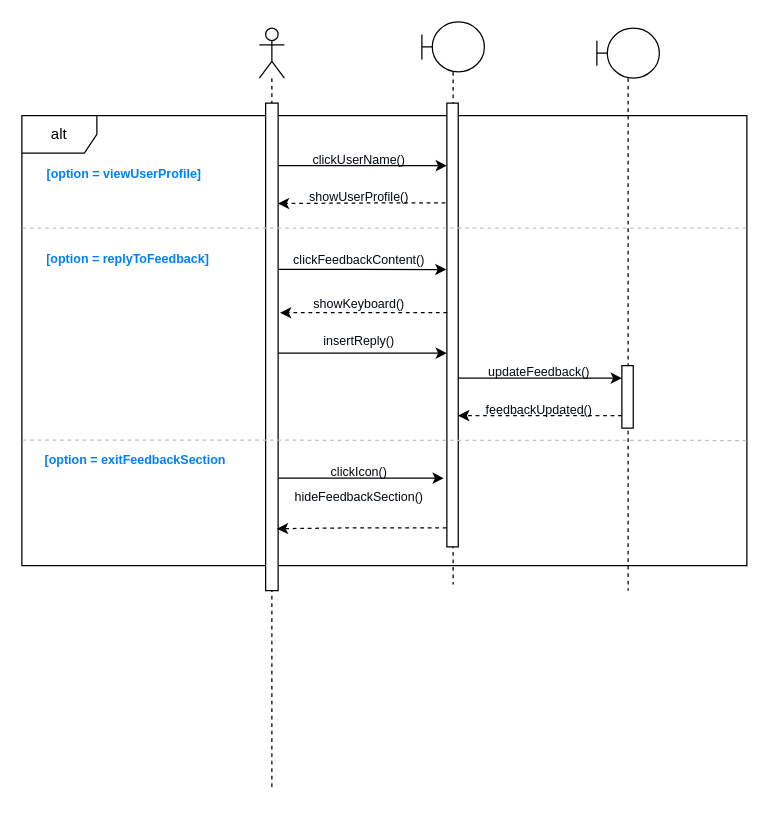
Above: sequenceDiagram/feedback.drawio in mattiadanisi00/ids (draw.io), before the change. Source tidied: cells renumbered, new cells numbered last; positions are measured from the earlier drawing's top-left corner, leaving out a move shared by most shapes. Both pictures are drawn from the tidied source at 125%, with x=0, y=0 at pixel (21, 21).
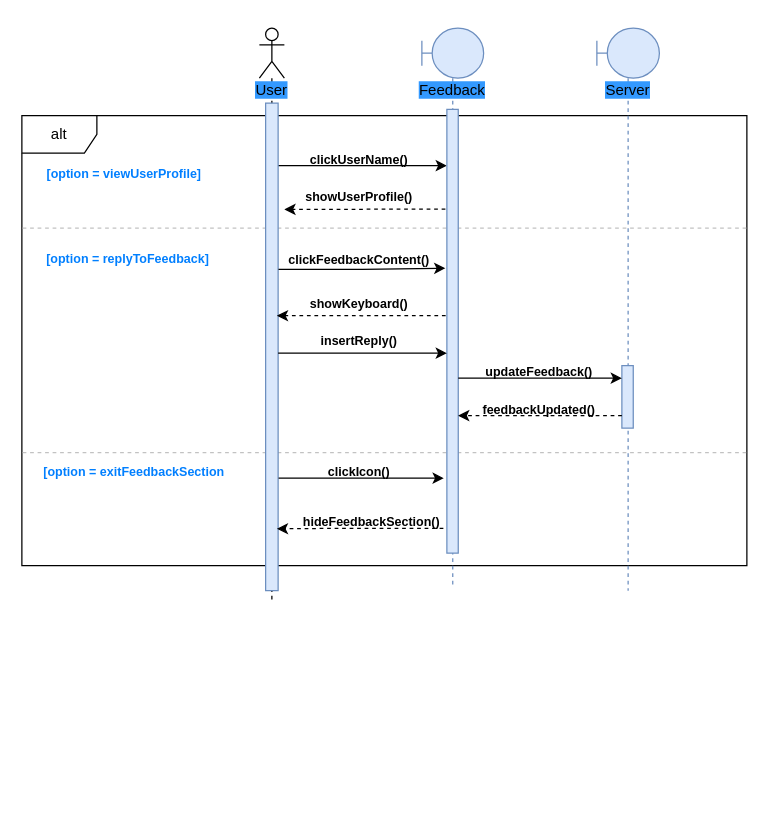
After the change.

The change refers to these unchanged cells:
```xml
<mxCell id="2" value="alt" style="shape=umlFrame;whiteSpace=wrap;html=1;" parent="1" vertex="1">
  <mxGeometry y="75" width="580" height="360" as="geometry" />
</mxCell>
```

Change to the diagram source:
```diff
@@
+    <mxCell id="31" style="endArrow=none;dashed=1;html=1;rounded=0;strokeColor=#C2C2C2;fontSize=9;fontColor=#00080F;exitX=0.001;exitY=0.749;exitDx=0;exitDy=0;exitPerimeter=0;entryX=0.999;entryY=0.749;entryDx=0;entryDy=0;entryPerimeter=0;" parent="1" edge="1" source="2" target="2">
+      <mxGeometry relative="1" as="geometry" />
+    </mxCell>
+    <mxCell id="30" style="endArrow=none;html=1;rounded=0;strokeColor=#C2C2C2;fontSize=9;fontColor=#00080F;exitX=0.001;exitY=0.25;exitDx=0;exitDy=0;exitPerimeter=0;entryX=1.001;entryY=0.25;entryDx=0;entryDy=0;entryPerimeter=0;dashed=1;" parent="1" edge="1" source="2" target="2">
+      <mxGeometry relative="1" as="geometry" />
+    </mxCell>
@@
-    <mxCell id="4" style="shape=umlLifeline;participant=umlActor;perimeter=lifelinePerimeter;whiteSpace=wrap;html=1;verticalAlign=top;spacingTop=36;outlineConnect=0;" parent="1" vertex="1">
-      <mxGeometry x="190" y="5" width="20" height="610" as="geometry" />
+    <mxCell id="4" value="&lt;span style=&quot;background-color: rgb(51, 153, 255);&quot;&gt;User&lt;/span&gt;" style="shape=umlLifeline;participant=umlActor;perimeter=lifelinePerimeter;whiteSpace=wrap;html=1;verticalAlign=top;spacingTop=36;outlineConnect=0;" parent="1" vertex="1">
+      <mxGeometry x="190" y="5" width="20" height="460" as="geometry" />
     </mxCell>
-    <mxCell id="5" style="html=1;points=[];perimeter=orthogonalPerimeter;fontSize=10;fontColor=#00080F;rounded=0;" parent="4" vertex="1">
+    <mxCell id="5" style="html=1;points=[];perimeter=orthogonalPerimeter;fontSize=10;rounded=0;fillColor=#dae8fc;strokeColor=#6c8ebf;" parent="4" vertex="1">
       <mxGeometry x="5" y="60" width="10" height="390" as="geometry" />
     </mxCell>
-    <mxCell id="6" style="edgeStyle=orthogonalEdgeStyle;rounded=0;jettySize=auto;html=1;fontSize=10;fontColor=#00080F;dashed=1;entryX=0.982;entryY=0.206;entryDx=0;entryDy=0;entryPerimeter=0;exitX=-0.131;exitY=0.225;exitDx=0;exitDy=0;exitPerimeter=0;" parent="1" edge="1" source="8" target="5">
-      <mxGeometry relative="1" as="geometry" />
+    <mxCell id="6" style="edgeStyle=orthogonalEdgeStyle;rounded=0;jettySize=auto;html=1;fontSize=10;fontColor=#00080F;dashed=1;exitX=-0.131;exitY=0.225;exitDx=0;exitDy=0;exitPerimeter=0;" parent="1" edge="1" source="8">
+      <mxGeometry relative="1" as="geometry">
+        <mxPoint x="210" y="150" as="targetPoint" />
+      </mxGeometry>
     </mxCell>
-    <mxCell id="7" style="shape=umlLifeline;participant=umlBoundary;perimeter=lifelinePerimeter;whiteSpace=wrap;html=1;verticalAlign=top;spacingTop=36;" parent="1" vertex="1">
-      <mxGeometry x="320" width="50" height="450" as="geometry" />
+    <mxCell id="7" value="&lt;span style=&quot;background-color: rgb(51, 153, 255);&quot;&gt;Feedback&lt;/span&gt;" style="shape=umlLifeline;participant=umlBoundary;perimeter=lifelinePerimeter;whiteSpace=wrap;html=1;verticalAlign=top;spacingTop=36;fillColor=#dae8fc;strokeColor=#6c8ebf;" parent="1" vertex="1">
+      <mxGeometry x="320" y="5" width="49.4" height="445" as="geometry" />
     </mxCell>
-    <mxCell id="8" style="html=1;points=[];perimeter=orthogonalPerimeter;fontSize=10;fontColor=#00080F;" parent="7" vertex="1">
+    <mxCell id="8" style="html=1;points=[];perimeter=orthogonalPerimeter;fontSize=10;fillColor=#dae8fc;strokeColor=#6c8ebf;" parent="7" vertex="1">
       <mxGeometry x="20" y="65" width="9.1" height="355" as="geometry" />
     </mxCell>
@@
-    <mxCell id="10" value="&lt;font color=&quot;#00080f&quot;&gt;clickUserName()&lt;/font&gt;" style="text;html=1;strokeColor=none;fillColor=none;align=center;verticalAlign=middle;whiteSpace=wrap;rounded=0;fontSize=10;fontColor=#007FFF;" parent="1" vertex="1">
+    <mxCell id="10" value="&lt;font&gt;&lt;span&gt;clickUserName()&lt;/span&gt;&lt;/font&gt;" style="text;html=1;strokeColor=none;fillColor=none;align=center;verticalAlign=middle;whiteSpace=wrap;rounded=0;fontSize=10;fontColor=#000000;fontStyle=1;" parent="1" vertex="1">
       <mxGeometry x="240" y="95" width="60" height="30" as="geometry" />
     </mxCell>
-    <mxCell id="11" value="&lt;font color=&quot;#00080f&quot;&gt;showUserProfile()&lt;/font&gt;" style="text;html=1;strokeColor=none;fillColor=none;align=center;verticalAlign=middle;whiteSpace=wrap;rounded=0;fontSize=10;fontColor=#007FFF;" parent="1" vertex="1">
+    <mxCell id="11" value="&lt;font&gt;&lt;span&gt;showUserProfile()&lt;/span&gt;&lt;/font&gt;" style="text;html=1;align=center;verticalAlign=middle;whiteSpace=wrap;rounded=0;fontSize=10;fontStyle=1;fontColor=#000000;" parent="1" vertex="1">
       <mxGeometry x="240" y="125" width="60" height="30" as="geometry" />
     </mxCell>
@@
-    <mxCell id="13" value="&lt;font color=&quot;#00080f&quot;&gt;clickFeedbackContent()&lt;/font&gt;" style="text;html=1;strokeColor=none;fillColor=none;align=center;verticalAlign=middle;whiteSpace=wrap;rounded=0;fontSize=10;fontColor=#007FFF;" parent="1" vertex="1">
+    <mxCell id="13" value="&lt;font&gt;clickFeedbackContent()&lt;/font&gt;" style="text;html=1;align=center;verticalAlign=middle;whiteSpace=wrap;rounded=0;fontSize=10;fontStyle=1;fontColor=#000000;" parent="1" vertex="1">
       <mxGeometry x="240" y="175" width="60" height="30" as="geometry" />
     </mxCell>
-    <mxCell id="14" style="edgeStyle=orthogonalEdgeStyle;rounded=0;jettySize=auto;html=1;strokeColor=#000000;fontSize=9;fontColor=#00080F;dashed=1;entryX=1.151;entryY=0.43;entryDx=0;entryDy=0;entryPerimeter=0;exitX=0.024;exitY=0.472;exitDx=0;exitDy=0;exitPerimeter=0;" parent="1" edge="1" source="8" target="5">
+    <mxCell id="14" style="edgeStyle=orthogonalEdgeStyle;rounded=0;jettySize=auto;html=1;strokeColor=#000000;fontSize=9;fontColor=#00080F;dashed=1;exitX=-0.107;exitY=0.465;exitDx=0;exitDy=0;exitPerimeter=0;entryX=0.902;entryY=0.436;entryDx=0;entryDy=0;entryPerimeter=0;" parent="1" edge="1" source="8" target="5">
       <mxGeometry relative="1" as="geometry" />
     </mxCell>
-    <mxCell id="15" value="&lt;font color=&quot;#00080f&quot;&gt;showKeyboard()&lt;/font&gt;" style="text;html=1;strokeColor=none;fillColor=none;align=center;verticalAlign=middle;whiteSpace=wrap;rounded=0;fontSize=10;fontColor=#007FFF;" parent="1" vertex="1">
+    <mxCell id="15" value="&lt;font&gt;showKeyboard()&lt;/font&gt;" style="text;html=1;align=center;verticalAlign=middle;whiteSpace=wrap;rounded=0;fontSize=10;fontStyle=1;fontColor=#000000;" parent="1" vertex="1">
       <mxGeometry x="240" y="210" width="60" height="30" as="geometry" />
     </mxCell>
@@
-    <mxCell id="17" value="&lt;font color=&quot;#00080f&quot;&gt;insertReply()&lt;/font&gt;" style="text;html=1;strokeColor=none;fillColor=none;align=center;verticalAlign=middle;whiteSpace=wrap;rounded=0;fontSize=10;fontColor=#007FFF;" parent="1" vertex="1">
+    <mxCell id="17" value="&lt;font&gt;insertReply()&lt;/font&gt;" style="text;html=1;align=center;verticalAlign=middle;whiteSpace=wrap;rounded=0;fontSize=10;fontStyle=1;fontColor=#000000;" parent="1" vertex="1">
       <mxGeometry x="240" y="240" width="60" height="30" as="geometry" />
     </mxCell>
-    <mxCell id="18" style="shape=umlLifeline;participant=umlBoundary;perimeter=lifelinePerimeter;whiteSpace=wrap;html=1;verticalAlign=top;spacingTop=36;" parent="1" vertex="1">
+    <mxCell id="18" value="&lt;span style=&quot;background-color: rgb(51, 153, 255);&quot;&gt;Server&lt;/span&gt;" style="shape=umlLifeline;participant=umlBoundary;perimeter=lifelinePerimeter;whiteSpace=wrap;html=1;verticalAlign=top;spacingTop=36;fillColor=#dae8fc;strokeColor=#6c8ebf;size=40;" parent="1" vertex="1">
       <mxGeometry x="460" y="5" width="50" height="450" as="geometry" />
     </mxCell>
-    <mxCell id="19" style="html=1;points=[];perimeter=orthogonalPerimeter;fontSize=10;fontColor=#00080F;" parent="18" vertex="1">
+    <mxCell id="19" style="html=1;points=[];perimeter=orthogonalPerimeter;fontSize=10;fillColor=#dae8fc;strokeColor=#6c8ebf;" parent="18" vertex="1">
       <mxGeometry x="20" y="270" width="9.1" height="50" as="geometry" />
     </mxCell>
@@
-    <mxCell id="21" value="&lt;font color=&quot;#00080f&quot;&gt;updateFeedback()&lt;/font&gt;" style="text;html=1;strokeColor=none;fillColor=none;align=center;verticalAlign=middle;whiteSpace=wrap;rounded=0;fontSize=10;fontColor=#007FFF;" parent="1" vertex="1">
+    <mxCell id="21" value="&lt;font&gt;updateFeedback()&lt;/font&gt;" style="text;html=1;strokeColor=none;fillColor=none;align=center;verticalAlign=middle;whiteSpace=wrap;rounded=0;fontSize=10;fontColor=#000000;fontStyle=1;" parent="1" vertex="1">
       <mxGeometry x="384" y="265" width="60" height="30" as="geometry" />
     </mxCell>
@@
-    <mxCell id="23" style="edgeStyle=orthogonalEdgeStyle;rounded=0;jettySize=auto;html=1;entryX=-0.038;entryY=0.375;entryDx=0;entryDy=0;entryPerimeter=0;strokeColor=#000000;fontSize=9;fontColor=#00080F;exitX=1.029;exitY=0.341;exitDx=0;exitDy=0;exitPerimeter=0;" parent="1" edge="1" source="5" target="8">
+    <mxCell id="23" style="edgeStyle=orthogonalEdgeStyle;rounded=0;jettySize=auto;html=1;entryX=-0.134;entryY=0.358;entryDx=0;entryDy=0;entryPerimeter=0;strokeColor=#000000;fontSize=9;fontColor=#00080F;exitX=1.029;exitY=0.341;exitDx=0;exitDy=0;exitPerimeter=0;" parent="1" edge="1" source="5" target="8">
       <mxGeometry relative="1" as="geometry" />
     </mxCell>
-    <mxCell id="24" value="&lt;font color=&quot;#00080f&quot;&gt;feedbackUpdated()&lt;/font&gt;" style="text;html=1;strokeColor=none;fillColor=none;align=center;verticalAlign=middle;whiteSpace=wrap;rounded=0;fontSize=10;fontColor=#007FFF;" parent="1" vertex="1">
+    <mxCell id="24" value="&lt;font&gt;feedbackUpdated()&lt;/font&gt;" style="text;html=1;strokeColor=none;fillColor=none;align=center;verticalAlign=middle;whiteSpace=wrap;rounded=0;fontSize=10;fontColor=#000000;fontStyle=1;" parent="1" vertex="1">
       <mxGeometry x="384" y="295" width="60" height="30" as="geometry" />
     </mxCell>
     <mxCell id="25" value="&lt;font size=&quot;1&quot; color=&quot;#007fff&quot; style=&quot;&quot;&gt;&lt;b style=&quot;&quot;&gt;[option = exitFeedbackSection&lt;/b&gt;&lt;/font&gt;" style="text;html=1;strokeColor=none;fillColor=none;align=center;verticalAlign=middle;whiteSpace=wrap;rounded=0;" parent="1" vertex="1">
-      <mxGeometry x="16" y="335" width="150" height="30" as="geometry" />
+      <mxGeometry x="15" y="345" width="150" height="30" as="geometry" />
     </mxCell>
@@
-    <mxCell id="27" value="&lt;font color=&quot;#00080f&quot;&gt;clickIcon()&lt;/font&gt;" style="text;html=1;strokeColor=none;fillColor=none;align=center;verticalAlign=middle;whiteSpace=wrap;rounded=0;fontSize=10;fontColor=#007FFF;" parent="1" vertex="1">
+    <mxCell id="27" value="&lt;font&gt;clickIcon()&lt;/font&gt;" style="text;html=1;align=center;verticalAlign=middle;whiteSpace=wrap;rounded=0;fontSize=10;fontStyle=1;fontColor=#000000;" parent="1" vertex="1">
       <mxGeometry x="240" y="345" width="60" height="30" as="geometry" />
     </mxCell>
-    <mxCell id="28" style="edgeStyle=orthogonalEdgeStyle;rounded=0;jettySize=auto;html=1;dashed=1;strokeColor=#000000;fontSize=9;fontColor=#00080F;exitX=-0.032;exitY=0.957;exitDx=0;exitDy=0;exitPerimeter=0;entryX=0.9;entryY=0.873;entryDx=0;entryDy=0;entryPerimeter=0;" parent="1" edge="1" source="8" target="5">
+    <mxCell id="28" style="edgeStyle=orthogonalEdgeStyle;rounded=0;jettySize=auto;html=1;dashed=1;strokeColor=#000000;fontSize=9;fontColor=#00080F;exitX=-0.308;exitY=0.944;exitDx=0;exitDy=0;exitPerimeter=0;entryX=0.9;entryY=0.873;entryDx=0;entryDy=0;entryPerimeter=0;" parent="1" edge="1" source="8" target="5">
       <mxGeometry relative="1" as="geometry" />
     </mxCell>
-    <mxCell id="29" value="&lt;font color=&quot;#00080f&quot;&gt;hideFeedbackSection()&lt;/font&gt;" style="text;html=1;strokeColor=none;fillColor=none;align=center;verticalAlign=middle;whiteSpace=wrap;rounded=0;fontSize=10;fontColor=#007FFF;" parent="1" vertex="1">
-      <mxGeometry x="240" y="365" width="60" height="30" as="geometry" />
+    <mxCell id="29" value="&lt;font&gt;hideFeedbackSection()&lt;/font&gt;" style="text;html=1;align=center;verticalAlign=middle;whiteSpace=wrap;rounded=0;fontSize=10;fontStyle=1;fontColor=#000000;" parent="1" vertex="1">
+      <mxGeometry x="250" y="385" width="60" height="30" as="geometry" />
     </mxCell>
-    <mxCell id="30" style="endArrow=none;dashed=1;html=1;rounded=0;strokeColor=#C2C2C2;fontSize=9;fontColor=#00080F;exitX=0.001;exitY=0.25;exitDx=0;exitDy=0;exitPerimeter=0;entryX=1.001;entryY=0.25;entryDx=0;entryDy=0;entryPerimeter=0;" parent="1" edge="1" source="2" target="2">
-      <mxGeometry relative="1" as="geometry" />
-    </mxCell>
-    <mxCell id="31" style="endArrow=none;dashed=1;html=1;rounded=0;strokeColor=#C2C2C2;fontSize=9;fontColor=#00080F;exitX=0.001;exitY=0.721;exitDx=0;exitDy=0;exitPerimeter=0;entryX=1;entryY=0.722;entryDx=0;entryDy=0;entryPerimeter=0;" parent="1" edge="1" source="2" target="2">
-      <mxGeometry relative="1" as="geometry" />
-    </mxCell>
```
